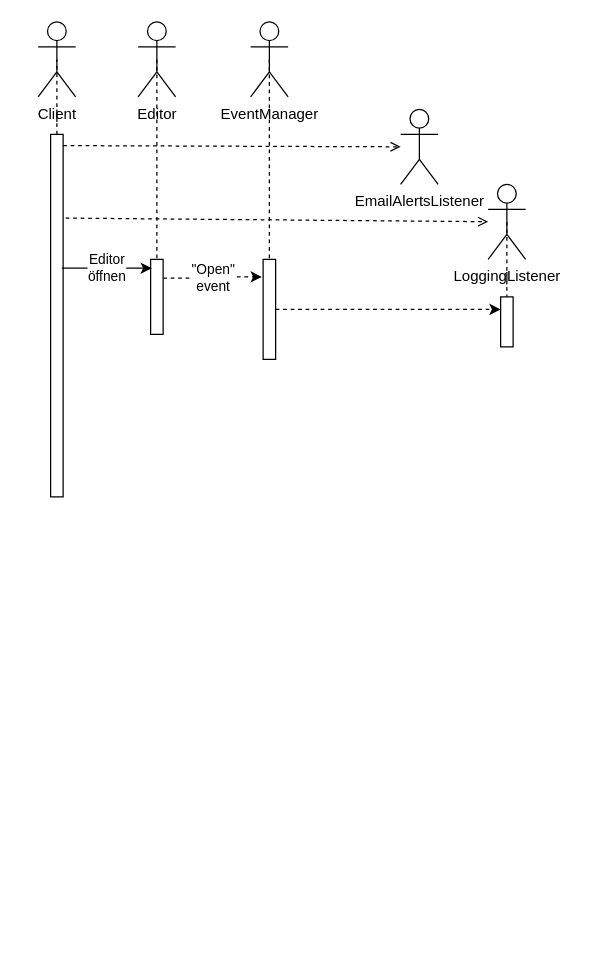
Above: 3-Lehrjahr/UML/Sequenzdiagramme/03-observer-pattern.drawio in deanomus/SZUT (draw.io), before the change. Source tidied: cells renumbered, new cells numbered last; positions are measured from the earlier drawing's top-left corner, leaving out a move shared by most shapes. Both pictures are drawn from the tidied source at 125%, with x=0, y=0 at pixel (38, 21).
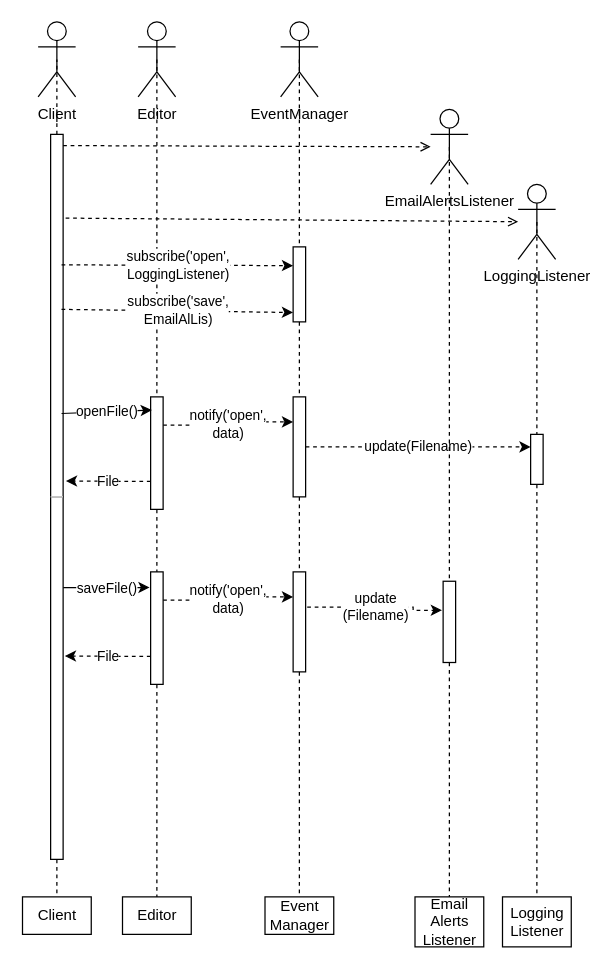
Above is the later version.

The change refers to these unchanged cells:
```xml
<mxCell id="10" style="rounded=0;whiteSpace=wrap;html=1;" parent="1" vertex="1">
  <mxGeometry x="10" y="90" width="10" height="290" as="geometry" />
</mxCell>
```

The edit, as a diff of the source:
```diff
@@
     <mxCell id="4" value="EmailAlertsListener" style="shape=umlActor;verticalLabelPosition=bottom;verticalAlign=top;html=1;outlineConnect=0;" parent="1" vertex="1">
-      <mxGeometry x="290" y="70" width="30" height="60" as="geometry" />
+      <mxGeometry x="314" y="70" width="30" height="60" as="geometry" />
     </mxCell>
@@
     <mxCell id="6" value="LoggingListener" style="shape=umlActor;verticalLabelPosition=bottom;verticalAlign=top;html=1;outlineConnect=0;" parent="1" vertex="1">
-      <mxGeometry x="360" y="130" width="30" height="60" as="geometry" />
+      <mxGeometry x="384" y="130" width="30" height="60" as="geometry" />
     </mxCell>
@@
     <mxCell id="8" value="EventManager" style="shape=umlActor;verticalLabelPosition=bottom;verticalAlign=top;html=1;outlineConnect=0;" parent="1" vertex="1">
-      <mxGeometry x="170" width="30" height="60" as="geometry" />
+      <mxGeometry x="194" width="30" height="60" as="geometry" />
     </mxCell>
@@
-    <mxCell id="13" style="edgeStyle=orthogonalEdgeStyle;rounded=0;jettySize=auto;html=1;exitX=1;exitY=0.5;exitDx=0;exitDy=0;dashed=1;endArrow=classic;endFill=1;entryX=0;entryY=0.25;entryDx=0;entryDy=0;" parent="1" edge="1" source="14" target="19">
+    <mxCell id="13" value="update(Filename)" style="edgeStyle=orthogonalEdgeStyle;rounded=0;jettySize=auto;html=1;exitX=1;exitY=0.5;exitDx=0;exitDy=0;dashed=1;endArrow=classic;endFill=1;entryX=0;entryY=0.25;entryDx=0;entryDy=0;" parent="1" edge="1" source="14" target="19">
       <mxGeometry relative="1" as="geometry" />
     </mxCell>
+    <mxCell id="20" style="edgeStyle=orthogonalEdgeStyle;rounded=0;jettySize=auto;html=1;exitX=0.5;exitY=1;exitDx=0;exitDy=0;entryX=0.5;entryY=0;entryDx=0;entryDy=0;dashed=1;endArrow=none;endFill=0;strokeColor=#000000;strokeWidth=1;" parent="1" edge="1" source="14" target="32">
+      <mxGeometry relative="1" as="geometry" />
+    </mxCell>
     <mxCell id="14" style="rounded=0;whiteSpace=wrap;html=1;" parent="1" vertex="1">
-      <mxGeometry x="180" y="190" width="10" height="80" as="geometry" />
+      <mxGeometry x="204" y="300" width="10" height="80" as="geometry" />
     </mxCell>
@@
-    <mxCell id="16" value="&quot;Open&quot;&lt;br&gt;event" style="edgeStyle=orthogonalEdgeStyle;rounded=0;jettySize=auto;html=1;exitX=1;exitY=0.25;exitDx=0;exitDy=0;entryX=-0.1;entryY=0.175;entryDx=0;entryDy=0;entryPerimeter=0;dashed=1;endArrow=classic;endFill=1;" parent="1" edge="1" source="17" target="14">
+    <mxCell id="16" value="notify('open',&lt;br&gt;data)" style="edgeStyle=orthogonalEdgeStyle;rounded=0;jettySize=auto;html=1;exitX=1;exitY=0.25;exitDx=0;exitDy=0;entryX=0;entryY=0.25;entryDx=0;entryDy=0;dashed=1;endArrow=classic;endFill=1;" parent="1" edge="1" source="17" target="14">
       <mxGeometry relative="1" as="geometry" />
     </mxCell>
+    <mxCell id="21" value="File" style="edgeStyle=orthogonalEdgeStyle;rounded=0;jettySize=auto;html=1;exitX=0;exitY=0.75;exitDx=0;exitDy=0;entryX=1.222;entryY=0.956;entryDx=0;entryDy=0;dashed=1;endArrow=classic;endFill=1;entryPerimeter=0;" parent="1" edge="1" source="17" target="10">
+      <mxGeometry relative="1" as="geometry" />
+    </mxCell>
+    <mxCell id="22" style="edgeStyle=orthogonalEdgeStyle;rounded=0;jettySize=auto;html=1;exitX=0.5;exitY=1;exitDx=0;exitDy=0;entryX=0.5;entryY=0;entryDx=0;entryDy=0;dashed=1;endArrow=none;endFill=0;strokeColor=#000000;strokeWidth=1;" parent="1" edge="1" source="17" target="36">
+      <mxGeometry relative="1" as="geometry" />
+    </mxCell>
     <mxCell id="17" style="rounded=0;whiteSpace=wrap;html=1;" parent="1" vertex="1">
-      <mxGeometry x="90" y="190" width="10" height="60" as="geometry" />
+      <mxGeometry x="90" y="300" width="10" height="90" as="geometry" />
     </mxCell>
-    <mxCell id="18" value="Editor&lt;br&gt;öffnen" style="endArrow=classic;html=1;rounded=0;exitX=0.9;exitY=0.369;exitDx=0;exitDy=0;exitPerimeter=0;entryX=0.1;entryY=0.117;entryDx=0;entryDy=0;entryPerimeter=0;" parent="1" edge="1" source="10" target="17">
+    <mxCell id="18" value="openFile()" style="endArrow=classic;html=1;rounded=0;exitX=0.874;exitY=0.77;exitDx=0;exitDy=0;exitPerimeter=0;entryX=0.1;entryY=0.117;entryDx=0;entryDy=0;entryPerimeter=0;" parent="1" edge="1" source="10" target="17">
       <mxGeometry relative="1" as="geometry" />
     </mxCell>
+    <mxCell id="23" style="edgeStyle=orthogonalEdgeStyle;rounded=0;jettySize=auto;html=1;exitX=0.5;exitY=1;exitDx=0;exitDy=0;entryX=0.5;entryY=0;entryDx=0;entryDy=0;dashed=1;endArrow=none;endFill=0;strokeColor=#000000;strokeWidth=1;" parent="1" edge="1" source="19" target="45">
+      <mxGeometry relative="1" as="geometry" />
+    </mxCell>
     <mxCell id="19" style="rounded=0;whiteSpace=wrap;html=1;" parent="1" vertex="1">
-      <mxGeometry x="370" y="220" width="10" height="40" as="geometry" />
+      <mxGeometry x="394" y="330" width="10" height="40" as="geometry" />
     </mxCell>
+    <mxCell id="24" value="saveFile()" style="edgeStyle=orthogonalEdgeStyle;rounded=0;jettySize=auto;html=1;exitX=1;exitY=0.25;exitDx=0;exitDy=0;entryX=-0.083;entryY=0.139;entryDx=0;entryDy=0;entryPerimeter=0;endArrow=classic;endFill=1;strokeColor=#000000;strokeWidth=1;" parent="1" edge="1" source="26" target="36">
+      <mxGeometry relative="1" as="geometry" />
+    </mxCell>
+    <mxCell id="25" style="edgeStyle=orthogonalEdgeStyle;rounded=0;jettySize=auto;html=1;exitX=0.5;exitY=1;exitDx=0;exitDy=0;entryX=0.5;entryY=0;entryDx=0;entryDy=0;dashed=1;endArrow=none;endFill=0;strokeColor=#000000;strokeWidth=1;" parent="1" edge="1" source="26" target="41">
+      <mxGeometry relative="1" as="geometry" />
+    </mxCell>
+    <mxCell id="26" style="rounded=0;whiteSpace=wrap;html=1;" parent="1" vertex="1">
+      <mxGeometry x="10" y="380" width="10" height="290" as="geometry" />
+    </mxCell>
+    <mxCell id="27" style="endArrow=none;html=1;rounded=0;strokeColor=#FFFFFF;exitX=0;exitY=0;exitDx=0;exitDy=0;" parent="1" edge="1" source="26">
+      <mxGeometry relative="1" as="geometry">
+        <mxPoint x="20" y="380" as="targetPoint" />
+      </mxGeometry>
+    </mxCell>
+    <mxCell id="28" style="rounded=0;whiteSpace=wrap;html=1;" parent="1" vertex="1">
+      <mxGeometry x="204" y="180" width="10" height="60" as="geometry" />
+    </mxCell>
+    <mxCell id="29" value="subscribe('open',&lt;br&gt;LoggingListener)" style="endArrow=classic;dashed=1;html=1;strokeWidth=1;rounded=0;exitX=0.874;exitY=0.36;exitDx=0;exitDy=0;exitPerimeter=0;entryX=0;entryY=0.25;entryDx=0;entryDy=0;endFill=1;" parent="1" edge="1" source="10" target="28">
+      <mxGeometry relative="1" as="geometry" />
+    </mxCell>
+    <mxCell id="30" value="subscribe('save',&lt;br&gt;EmailAlLis)" style="endArrow=classic;dashed=1;html=1;strokeWidth=1;rounded=0;exitX=0.874;exitY=0.36;exitDx=0;exitDy=0;exitPerimeter=0;endFill=1;entryX=-0.004;entryY=0.875;entryDx=0;entryDy=0;entryPerimeter=0;" parent="1" edge="1" target="28">
+      <mxGeometry relative="1" as="geometry">
+        <mxPoint x="18.7" y="230" as="sourcePoint" />
+      </mxGeometry>
+    </mxCell>
+    <mxCell id="31" style="edgeStyle=orthogonalEdgeStyle;rounded=0;jettySize=auto;html=1;exitX=0.5;exitY=1;exitDx=0;exitDy=0;dashed=1;endArrow=none;endFill=0;strokeColor=#000000;strokeWidth=1;" parent="1" edge="1" source="32" target="43">
+      <mxGeometry relative="1" as="geometry" />
+    </mxCell>
+    <mxCell id="32" style="rounded=0;whiteSpace=wrap;html=1;" parent="1" vertex="1">
+      <mxGeometry x="204" y="440" width="10" height="80" as="geometry" />
+    </mxCell>
+    <mxCell id="33" value="notify('open',&lt;br&gt;data)" style="edgeStyle=orthogonalEdgeStyle;rounded=0;jettySize=auto;html=1;exitX=1;exitY=0.25;exitDx=0;exitDy=0;entryX=0;entryY=0.25;entryDx=0;entryDy=0;dashed=1;endArrow=classic;endFill=1;" parent="1" edge="1" source="36" target="32">
+      <mxGeometry relative="1" as="geometry" />
+    </mxCell>
+    <mxCell id="34" value="File" style="edgeStyle=orthogonalEdgeStyle;rounded=0;jettySize=auto;html=1;exitX=0;exitY=0.75;exitDx=0;exitDy=0;entryX=1.135;entryY=0.439;entryDx=0;entryDy=0;entryPerimeter=0;endArrow=classic;endFill=1;strokeColor=#000000;strokeWidth=1;dashed=1;" parent="1" edge="1" source="36" target="26">
+      <mxGeometry relative="1" as="geometry" />
+    </mxCell>
+    <mxCell id="35" style="edgeStyle=orthogonalEdgeStyle;rounded=0;jettySize=auto;html=1;exitX=0.5;exitY=1;exitDx=0;exitDy=0;entryX=0.5;entryY=0;entryDx=0;entryDy=0;dashed=1;endArrow=none;endFill=0;strokeColor=#000000;strokeWidth=1;" parent="1" edge="1" source="36" target="42">
+      <mxGeometry relative="1" as="geometry" />
+    </mxCell>
+    <mxCell id="36" style="rounded=0;whiteSpace=wrap;html=1;" parent="1" vertex="1">
+      <mxGeometry x="90" y="440" width="10" height="90" as="geometry" />
+    </mxCell>
+    <mxCell id="37" style="edgeStyle=orthogonalEdgeStyle;rounded=0;jettySize=auto;html=1;exitX=0.5;exitY=1;exitDx=0;exitDy=0;dashed=1;endArrow=none;endFill=0;strokeColor=#000000;strokeWidth=1;" parent="1" edge="1" source="38" target="44">
+      <mxGeometry relative="1" as="geometry" />
+    </mxCell>
+    <mxCell id="38" style="rounded=0;whiteSpace=wrap;html=1;" parent="1" vertex="1">
+      <mxGeometry x="324" y="447.5" width="10" height="65" as="geometry" />
+    </mxCell>
+    <mxCell id="39" value="update&lt;br&gt;(Filename)" style="edgeStyle=orthogonalEdgeStyle;rounded=0;jettySize=auto;html=1;exitX=1.126;exitY=0.352;exitDx=0;exitDy=0;dashed=1;endArrow=classic;endFill=1;exitPerimeter=0;entryX=-0.091;entryY=0.357;entryDx=0;entryDy=0;entryPerimeter=0;" parent="1" edge="1" source="32" target="38">
+      <mxGeometry relative="1" as="geometry">
+        <Array as="points">
+          <mxPoint x="300" y="468" />
+          <mxPoint x="300" y="471" />
+        </Array>
+      </mxGeometry>
+    </mxCell>
+    <mxCell id="40" style="edgeStyle=orthogonalEdgeStyle;rounded=0;jettySize=auto;html=1;exitX=0.5;exitY=0.5;exitDx=0;exitDy=0;exitPerimeter=0;entryX=0.5;entryY=0;entryDx=0;entryDy=0;dashed=1;endArrow=none;endFill=0;" parent="1" edge="1" source="4" target="38">
+      <mxGeometry relative="1" as="geometry" />
+    </mxCell>
+    <mxCell id="41" value="Client" style="rounded=0;whiteSpace=wrap;html=1;" parent="1" vertex="1">
+      <mxGeometry x="-12.5" y="700" width="55" height="30" as="geometry" />
+    </mxCell>
+    <mxCell id="42" value="Editor" style="rounded=0;whiteSpace=wrap;html=1;" parent="1" vertex="1">
+      <mxGeometry x="67.5" y="700" width="55" height="30" as="geometry" />
+    </mxCell>
+    <mxCell id="43" value="Event&lt;br&gt;Manager" style="rounded=0;whiteSpace=wrap;html=1;" parent="1" vertex="1">
+      <mxGeometry x="181.5" y="700" width="55" height="30" as="geometry" />
+    </mxCell>
+    <mxCell id="44" value="Email&lt;br&gt;Alerts Listener" style="rounded=0;whiteSpace=wrap;html=1;" parent="1" vertex="1">
+      <mxGeometry x="301.5" y="700" width="55" height="40" as="geometry" />
+    </mxCell>
+    <mxCell id="45" value="Logging&lt;br&gt;Listener" style="rounded=0;whiteSpace=wrap;html=1;" parent="1" vertex="1">
+      <mxGeometry x="371.5" y="700" width="55" height="40" as="geometry" />
+    </mxCell>
```
